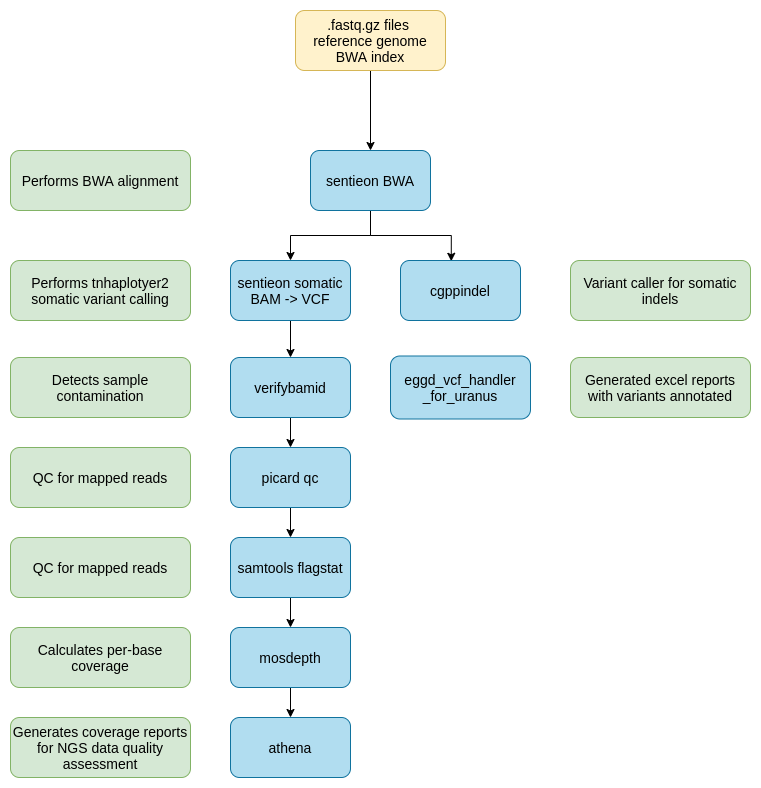
Earlier version of the draw.io export images/workflow.png (eastgenomics/eggd_uranus_main_workflow). Source tidied: cells renumbered, new cells last; positions are measured from the earlier drawing's top-left corner, leaving out a move shared by most shapes.
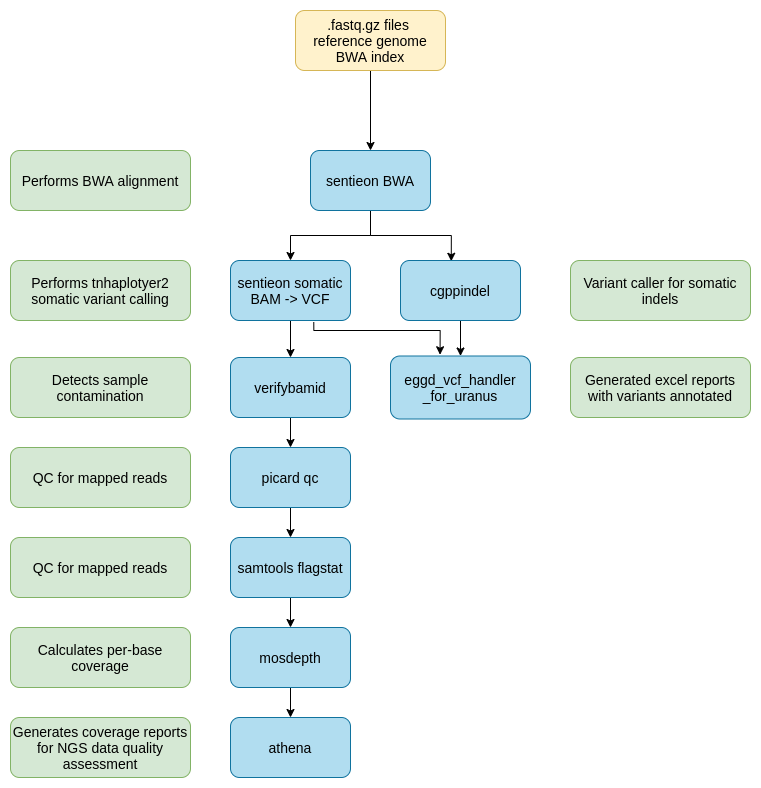
Later version of the same file.

Commit message:
fix arrow inputs

The edit, as a diff of the source:
```diff
@@ -26,6 +26,14 @@
     <mxCell id="9" style="edgeStyle=orthogonalEdgeStyle;rounded=0;jettySize=auto;html=1;" parent="1" edge="1" source="10" target="8">
       <mxGeometry relative="1" as="geometry" />
     </mxCell>
+    <mxCell id="29" style="edgeStyle=orthogonalEdgeStyle;rounded=0;jettySize=auto;html=1;entryX=0.354;entryY=-0.02;entryDx=0;entryDy=0;entryPerimeter=0;exitX=0.694;exitY=1.029;exitDx=0;exitDy=0;exitPerimeter=0;" parent="1" edge="1" source="10" target="27">
+      <mxGeometry relative="1" as="geometry">
+        <Array as="points">
+          <mxPoint x="303" y="320" />
+          <mxPoint x="430" y="320" />
+        </Array>
+      </mxGeometry>
+    </mxCell>
     <mxCell id="10" value="&lt;font color=&quot;#000000&quot; style=&quot;font-size: 14px;&quot;&gt;sentieon somatic BAM -&amp;gt; VCF&lt;/font&gt;" style="rounded=1;whiteSpace=wrap;html=1;fillColor=#b1ddf0;strokeColor=#10739e;fontSize=14;" parent="1" vertex="1">
       <mxGeometry x="220" y="250" width="120" height="60" as="geometry" />
     </mxCell>
@@ -74,6 +82,9 @@
     <mxCell id="25" value="&lt;font color=&quot;#000000&quot; style=&quot;font-size: 14px&quot;&gt;.fastq.gz files&amp;nbsp; &amp;nbsp;reference genome &lt;br&gt;BWA index&lt;/font&gt;&lt;span style=&quot;color: rgba(0 , 0 , 0 , 0) ; font-family: monospace ; font-size: 0px&quot;&gt;d%3CmxGraphModel%3E%3Croot%3E%3CmxCell%20id%3D%220%22%2F%3E%3CmxCell%20id%3D%221%22%20parent%3D%220%22%2F%3E%3CmxCell%20id%3D%222%22%20value%3D%22%26lt%3Bfont%20color%3D%26quot%3B%23000000%26quot%3B%20style%3D%26quot%3Bfont-size%3A%2014px%3B%26quot%3B%26gt%3Bmulti_fastqc%26lt%3B%2Ffont%26gt%3B%22%20style%3D%22rounded%3D1%3BwhiteSpace%3Dwrap%3Bhtml%3D1%3BfillColor%3D%23b1ddf0%3BstrokeColor%3D%2310739e%3BfontSize%3D14%3B%22%20vertex%3D%221%22%20parent%3D%221%22%3E%3CmxGeometry%20x%3D%22320%22%20y%3D%2240%22%20width%3D%22120%22%20height%3D%2260%22%20as%3D%22geometry%22%2F%3E%3C%2FmxCell%3E%3C%2Froot%3E%3C%2FmxGraphModel%3E&lt;/span&gt;" style="rounded=1;whiteSpace=wrap;html=1;fillColor=#fff2cc;strokeColor=#d6b656;fontSize=14;" parent="1" vertex="1">
       <mxGeometry x="285" width="150" height="60" as="geometry" />
     </mxCell>
+    <mxCell id="30" style="edgeStyle=orthogonalEdgeStyle;rounded=0;jettySize=auto;html=1;entryX=0.5;entryY=0;entryDx=0;entryDy=0;" parent="1" edge="1" source="26" target="27">
+      <mxGeometry relative="1" as="geometry" />
+    </mxCell>
     <mxCell id="26" value="&lt;font color=&quot;#000000&quot; style=&quot;font-size: 14px&quot;&gt;cgppindel&lt;/font&gt;" style="rounded=1;whiteSpace=wrap;html=1;fillColor=#b1ddf0;strokeColor=#10739e;fontSize=14;" parent="1" vertex="1">
       <mxGeometry x="390" y="250" width="120" height="60" as="geometry" />
     </mxCell>
```
